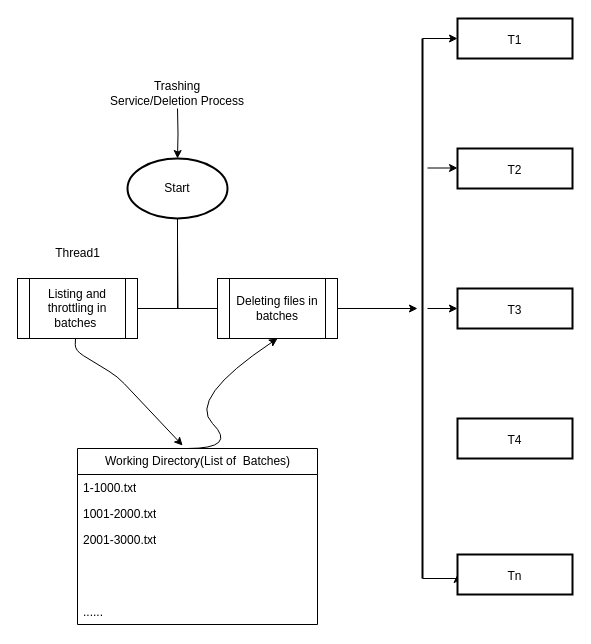
The draw.io diagram Untitled Diagram.drawio in chintu10cs25/TrashingService, before the edit. Source tidied: cells renumbered, new cells numbered last; positions are measured from the earlier drawing's top-left corner, leaving out a move shared by most shapes. Both pictures are drawn from the tidied source at 100%, with x=0, y=0 at pixel (17, 18).
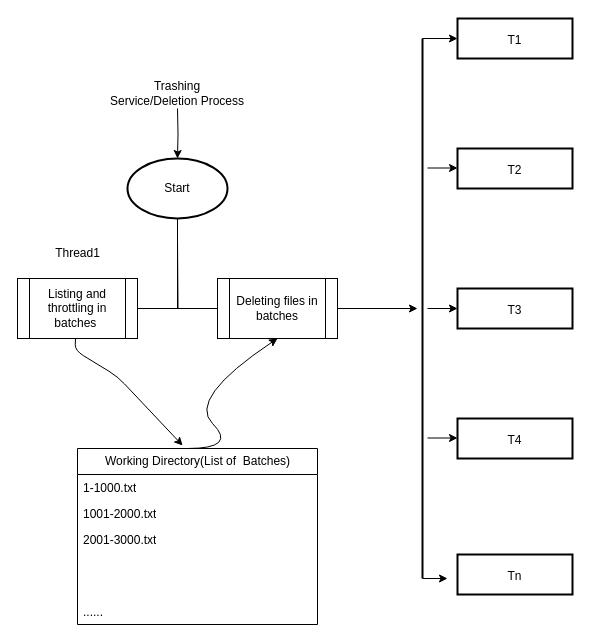
The same diagram, later.

The change refers to these unchanged cells:
```xml
<mxCell id="21" style="line;strokeWidth=2;direction=south;html=1;" parent="1" vertex="1">
  <mxGeometry x="400" y="20" width="10" height="540" as="geometry" />
</mxCell>
<mxCell id="26" value="Tn" style="whiteSpace=wrap;html=1;verticalAlign=top;strokeWidth=2;labelBackgroundColor=default;spacingTop=8;" parent="1" vertex="1">
  <mxGeometry x="440" y="536" width="115" height="40" as="geometry" />
</mxCell>
```

Change to the diagram source:
```diff
@@
-    <mxCell id="20" style="edgeStyle=orthogonalEdgeStyle;rounded=0;jettySize=auto;html=1;exitX=1;exitY=0.5;exitDx=0;exitDy=0;exitPerimeter=0;entryX=0;entryY=0.5;entryDx=0;entryDy=0;" parent="1" edge="1" source="21" target="26">
-      <mxGeometry relative="1" as="geometry" />
+    <mxCell id="20" style="edgeStyle=orthogonalEdgeStyle;rounded=0;jettySize=auto;html=1;exitX=1;exitY=0.5;exitDx=0;exitDy=0;exitPerimeter=0;" parent="1" edge="1" source="21">
+      <mxGeometry relative="1" as="geometry">
+        <mxPoint x="430" y="560" as="targetPoint" />
+      </mxGeometry>
     </mxCell>
@@
+    <mxCell id="28" style="edgeStyle=orthogonalEdgeStyle;rounded=0;orthogonalLoop=1;jettySize=auto;html=1;" parent="1" edge="1">
+      <mxGeometry relative="1" as="geometry">
+        <mxPoint x="410" y="419.5" as="sourcePoint" />
+        <mxPoint x="440" y="419.5" as="targetPoint" />
+      </mxGeometry>
+    </mxCell>
```
